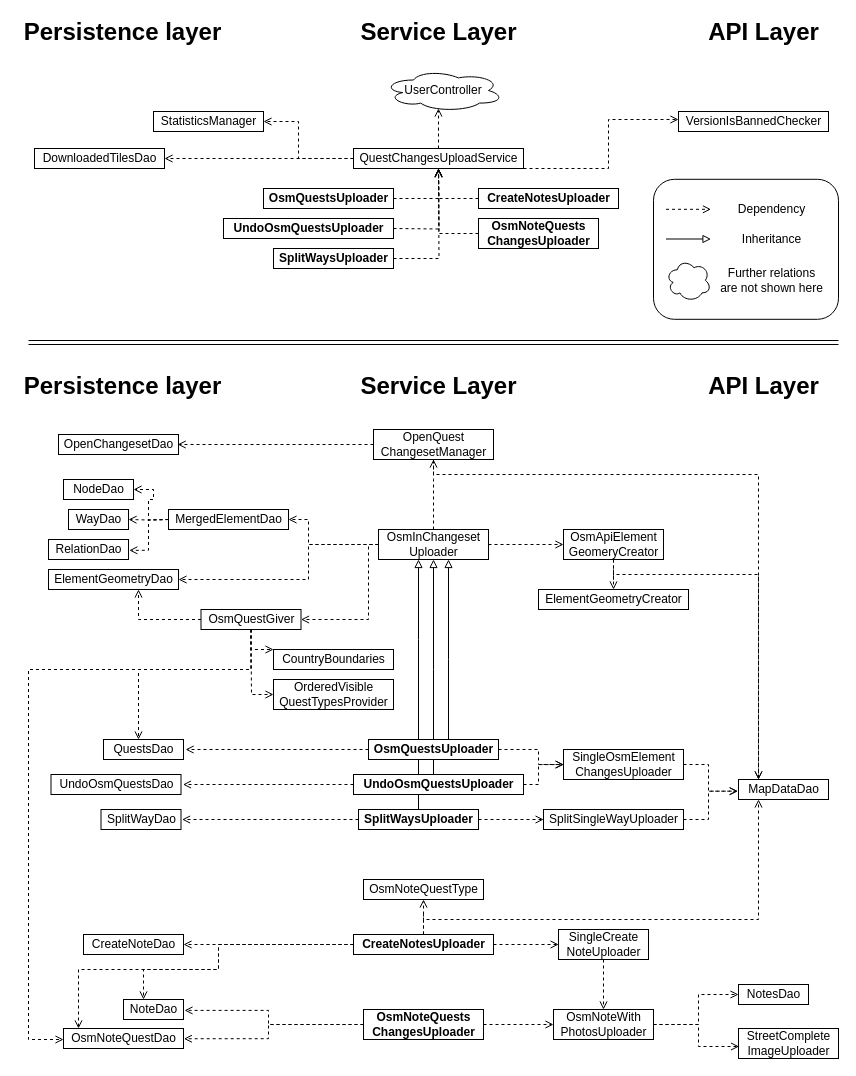
The draw.io diagram res/overview_upload.drawio in streetcomplete/StreetComplete, before the edit. Source tidied: cells renumbered, new cells numbered last; positions are measured from the earlier drawing's top-left corner, leaving out a move shared by most shapes. Both pictures are drawn from the tidied source at 100%, with x=0, y=0 at pixel (17, 17).
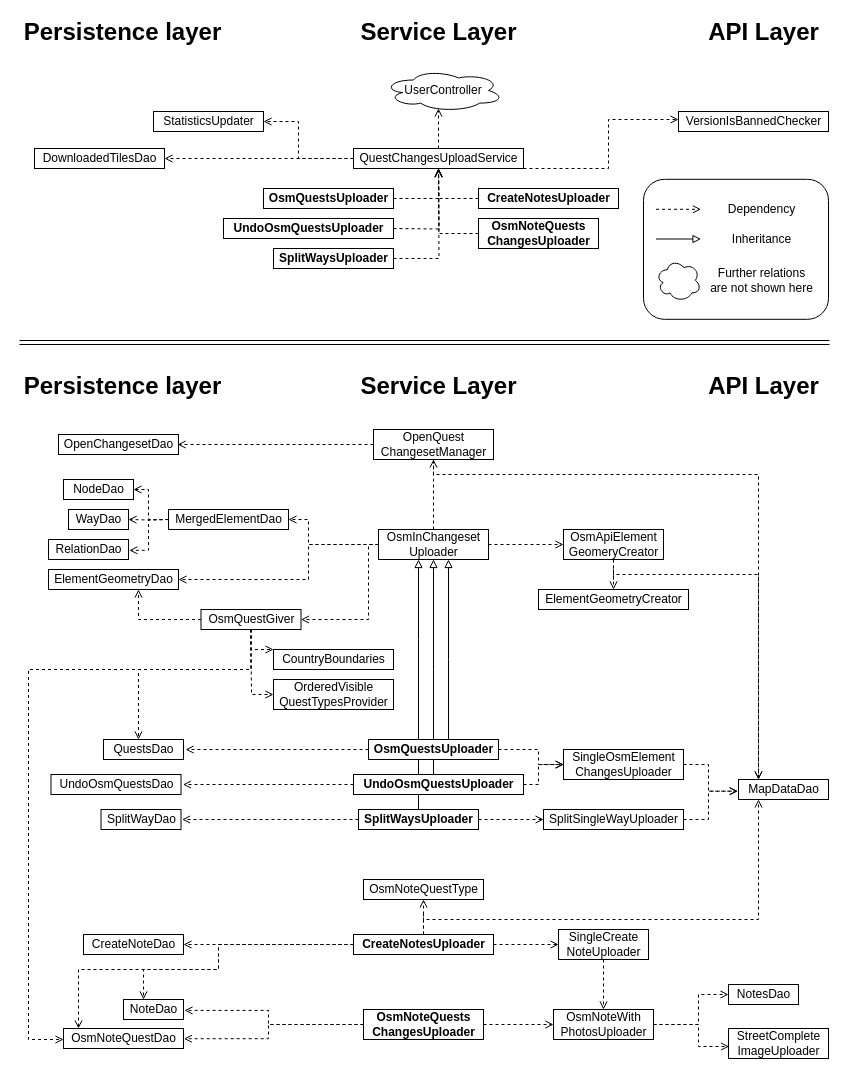
The same page after the edit.

Unchanged cells that the change refers to:
```xml
<mxCell id="43" value="NodeDao" style="text;html=1;align=center;verticalAlign=middle;points=[];strokeColor=#000000;" parent="1" vertex="1">
  <mxGeometry x="46" y="462" width="70" height="20" as="geometry" />
</mxCell>
```

Diff of the diagram source:
```diff
@@
     <mxCell id="2" style="rounded=1;whiteSpace=wrap;html=1;strokeColor=#000000;fillColor=#ffffff;fontSize=12;fontColor=#000000;" parent="1" vertex="1">
-      <mxGeometry x="636" y="161.8" width="185" height="140" as="geometry" />
+      <mxGeometry x="626" y="161.8" width="185" height="140" as="geometry" />
     </mxCell>
@@
     <mxCell id="19" value="NotesDao" style="text;html=1;align=center;verticalAlign=middle;points=[];strokeColor=#000000;" parent="1" vertex="1">
-      <mxGeometry x="721" y="967" width="70" height="20" as="geometry" />
+      <mxGeometry x="711" y="967" width="70" height="20" as="geometry" />
     </mxCell>
     <mxCell id="20" value="StreetComplete&lt;br&gt;ImageUploader" style="text;html=1;align=center;verticalAlign=middle;points=[];strokeColor=#000000;" parent="1" vertex="1">
-      <mxGeometry x="721" y="1011" width="100" height="30" as="geometry" />
+      <mxGeometry x="711" y="1011" width="100" height="30" as="geometry" />
     </mxCell>
@@
-    <mxCell id="22" value="StatisticsManager" style="text;html=1;align=center;verticalAlign=middle;points=[];strokeColor=#000000;fontColor=#000000;" parent="1" vertex="1">
+    <mxCell id="22" value="StatisticsUpdater" style="text;html=1;align=center;verticalAlign=middle;points=[];strokeColor=#000000;fontColor=#000000;" parent="1" vertex="1">
       <mxGeometry x="136" y="94" width="110" height="20" as="geometry" />
     </mxCell>
@@
     <mxCell id="41" style="edgeStyle=orthogonalEdgeStyle;rounded=0;jettySize=auto;html=1;entryX=1;entryY=0.5;entryDx=0;entryDy=0;entryPerimeter=0;dashed=1;fontSize=24;endArrow=open;endFill=0;" parent="1" edge="1" target="43">
       <mxGeometry relative="1" as="geometry">
         <mxPoint x="151" y="502" as="sourcePoint" />
+        <Array as="points">
+          <mxPoint x="131" y="502" />
+          <mxPoint x="131" y="472" />
+        </Array>
       </mxGeometry>
     </mxCell>
@@
     <mxCell id="83" style="endArrow=open;html=1;dashed=1;fontSize=18;fontColor=#000000;endFill=0;" parent="1" edge="1">
       <mxGeometry relative="1" as="geometry">
-        <mxPoint x="648.5" y="191.8" as="sourcePoint" />
-        <mxPoint x="693.5" y="191.8" as="targetPoint" />
+        <mxPoint x="638.5" y="191.8" as="sourcePoint" />
+        <mxPoint x="683.5" y="191.8" as="targetPoint" />
       </mxGeometry>
     </mxCell>
     <mxCell id="84" style="endArrow=block;html=1;fontSize=18;fontColor=#000000;endFill=0;" parent="1" edge="1">
       <mxGeometry relative="1" as="geometry">
-        <mxPoint x="648.5" y="221.5" as="sourcePoint" />
-        <mxPoint x="693.5" y="221.5" as="targetPoint" />
+        <mxPoint x="638.5" y="221.5" as="sourcePoint" />
+        <mxPoint x="683.5" y="221.5" as="targetPoint" />
       </mxGeometry>
     </mxCell>
     <mxCell id="85" value="&lt;font style=&quot;font-size: 12px&quot;&gt;Dependency&lt;/font&gt;" style="text;html=1;align=center;verticalAlign=middle;fontSize=12;fontColor=#000000;" parent="1" vertex="1">
-      <mxGeometry x="713.5" y="181.8" width="80" height="20" as="geometry" />
+      <mxGeometry x="703.5" y="181.8" width="80" height="20" as="geometry" />
     </mxCell>
     <mxCell id="86" value="&lt;font style=&quot;font-size: 12px&quot;&gt;Inheritance&lt;/font&gt;" style="text;html=1;align=center;verticalAlign=middle;fontSize=12;fontColor=#000000;" parent="1" vertex="1">
-      <mxGeometry x="718.5" y="211.8" width="70" height="20" as="geometry" />
+      <mxGeometry x="708.5" y="211.8" width="70" height="20" as="geometry" />
     </mxCell>
@@
     <mxCell id="88" style="ellipse;shape=cloud;whiteSpace=wrap;html=1;strokeColor=#000000;fillColor=#ffffff;fontSize=12;fontColor=#000000;" parent="1" vertex="1">
-      <mxGeometry x="648.5" y="241.8" width="45" height="42" as="geometry" />
+      <mxGeometry x="638.5" y="241.8" width="45" height="42" as="geometry" />
     </mxCell>
     <mxCell id="89" value="&lt;font style=&quot;font-size: 12px&quot;&gt;Further relations&lt;br&gt;are not shown here&lt;/font&gt;" style="text;html=1;align=center;verticalAlign=middle;fontSize=12;fontColor=#000000;" parent="1" vertex="1">
-      <mxGeometry x="693.5" y="247.8" width="120" height="30" as="geometry" />
+      <mxGeometry x="683.5" y="247.8" width="120" height="30" as="geometry" />
     </mxCell>
@@
     <mxCell id="101" style="endArrow=none;html=1;fontSize=12;fontColor=#000000;shape=link;" parent="1" edge="1">
       <mxGeometry relative="1" as="geometry">
-        <mxPoint x="821" y="325" as="sourcePoint" />
-        <mxPoint x="11" y="325" as="targetPoint" />
+        <mxPoint x="812" y="325" as="sourcePoint" />
+        <mxPoint x="2" y="325" as="targetPoint" />
       </mxGeometry>
     </mxCell>
```
